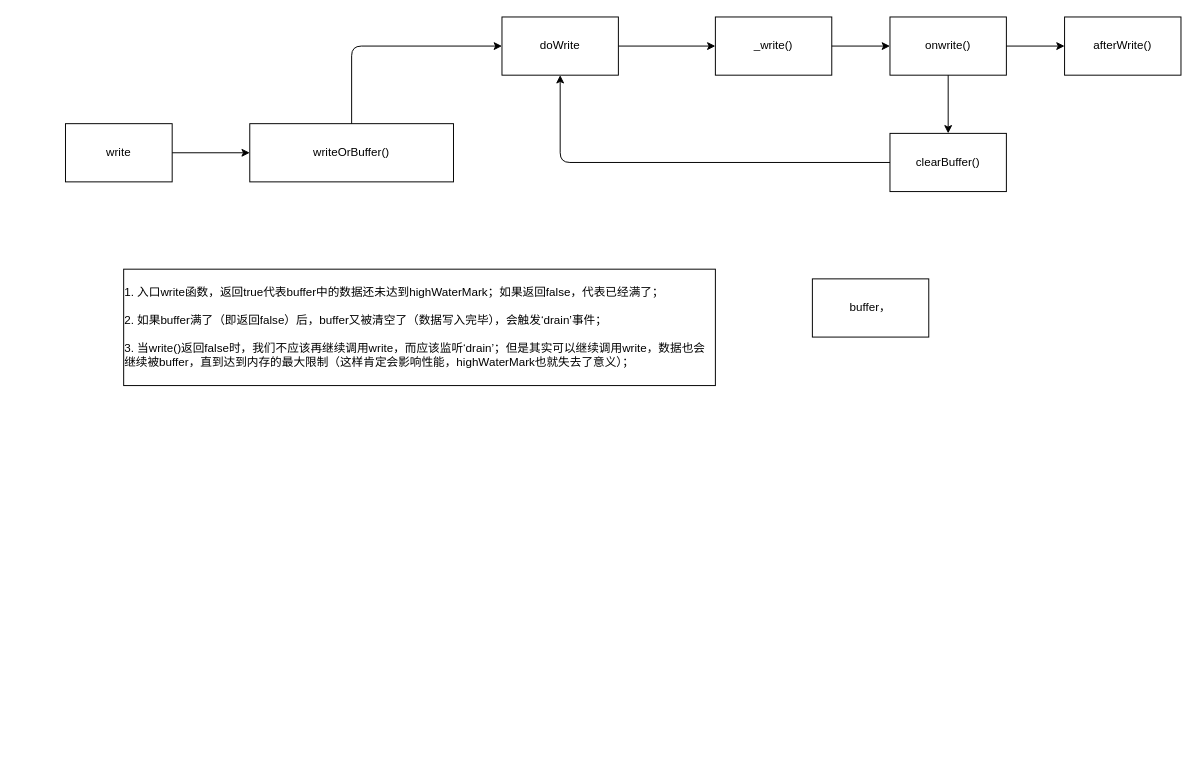
This is Untitled Diagram.drawio from tombflylee/node, a draw.io file, before an edit. Source tidied: cells renumbered, new cells numbered last; positions are measured from the earlier drawing's top-left corner, leaving out a move shared by most shapes. Both pictures are drawn from the tidied source at 97%, with x=0, y=0 at pixel (65, 16).
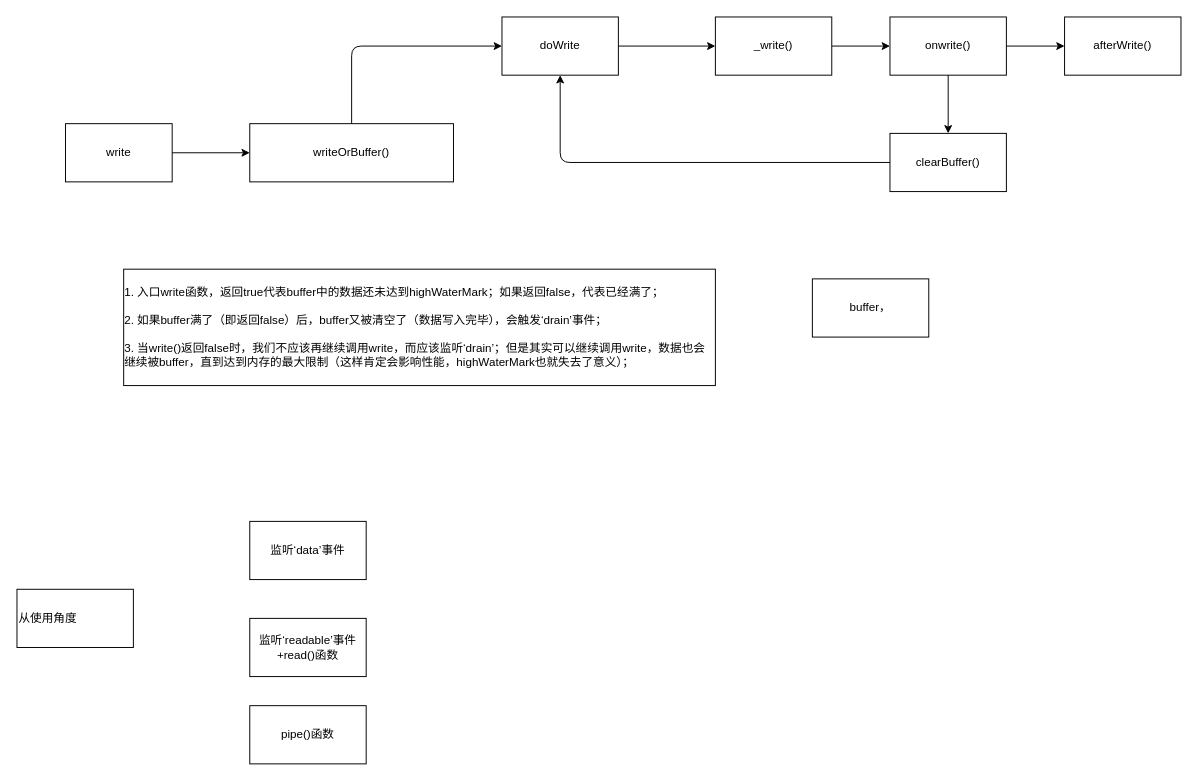
The same page after the edit.

Diff of the diagram source:
```diff
@@
+    <mxCell id="18" value="从使用角度" style="rounded=0;whiteSpace=wrap;html=1;align=left;" parent="1" vertex="1">
+      <mxGeometry x="-50" y="590" width="120" height="60" as="geometry" />
+    </mxCell>
+    <mxCell id="19" value="监听‘data’事件" style="rounded=0;whiteSpace=wrap;html=1;" parent="1" vertex="1">
+      <mxGeometry x="190" y="520" width="120" height="60" as="geometry" />
+    </mxCell>
+    <mxCell id="20" value="监听‘readable’事件+read()函数" style="rounded=0;whiteSpace=wrap;html=1;" parent="1" vertex="1">
+      <mxGeometry x="190" y="620" width="120" height="60" as="geometry" />
+    </mxCell>
+    <mxCell id="21" value="pipe()函数" style="rounded=0;whiteSpace=wrap;html=1;" parent="1" vertex="1">
+      <mxGeometry x="190" y="710" width="120" height="60" as="geometry" />
+    </mxCell>
```
